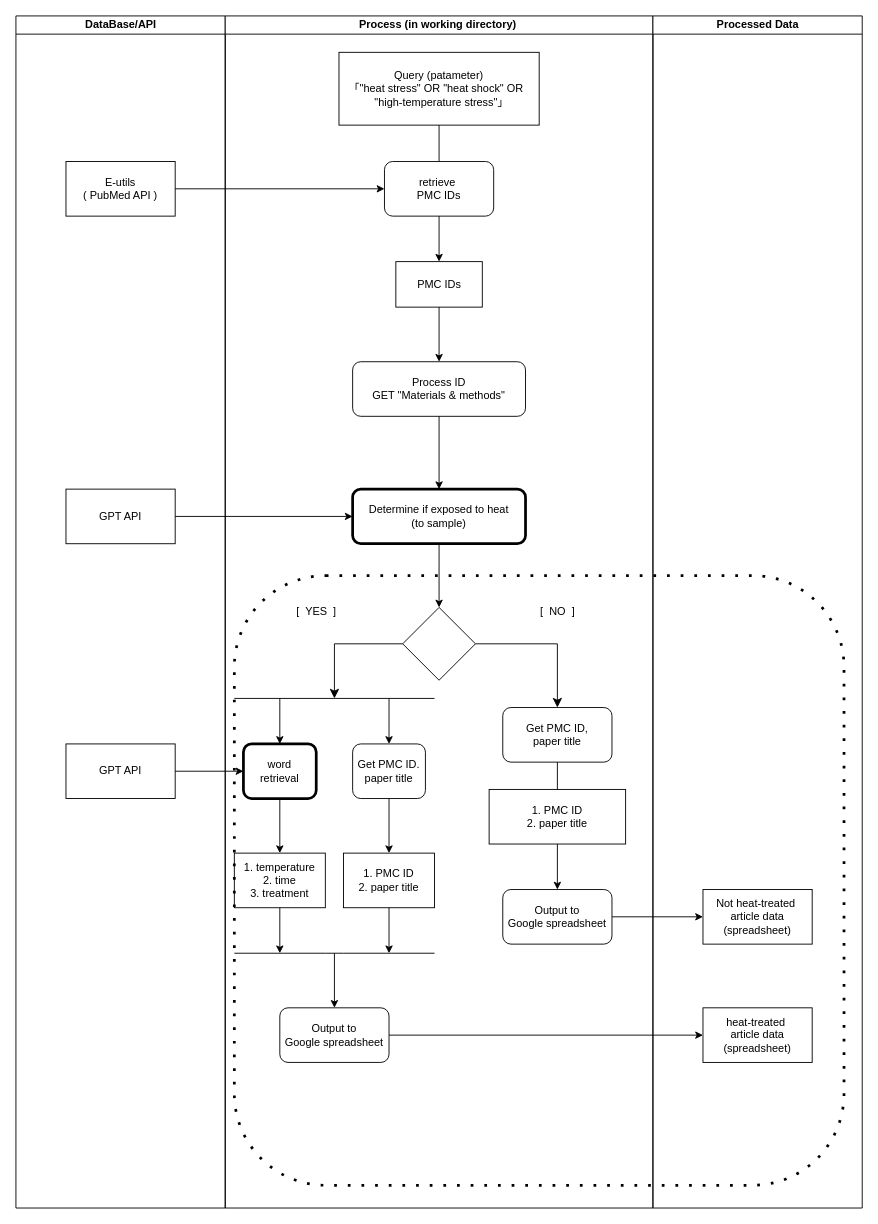
Earlier version of the draw.io diagram documents/230714_yonezawa.drawio (dogrun-inc/research_extract). Source tidied: cells renumbered, new cells numbered last; positions are measured from the earlier drawing's top-left corner, leaving out a move shared by most shapes. Both pictures are drawn from the tidied source at 91%, with x=0, y=0 at pixel (15, 15).
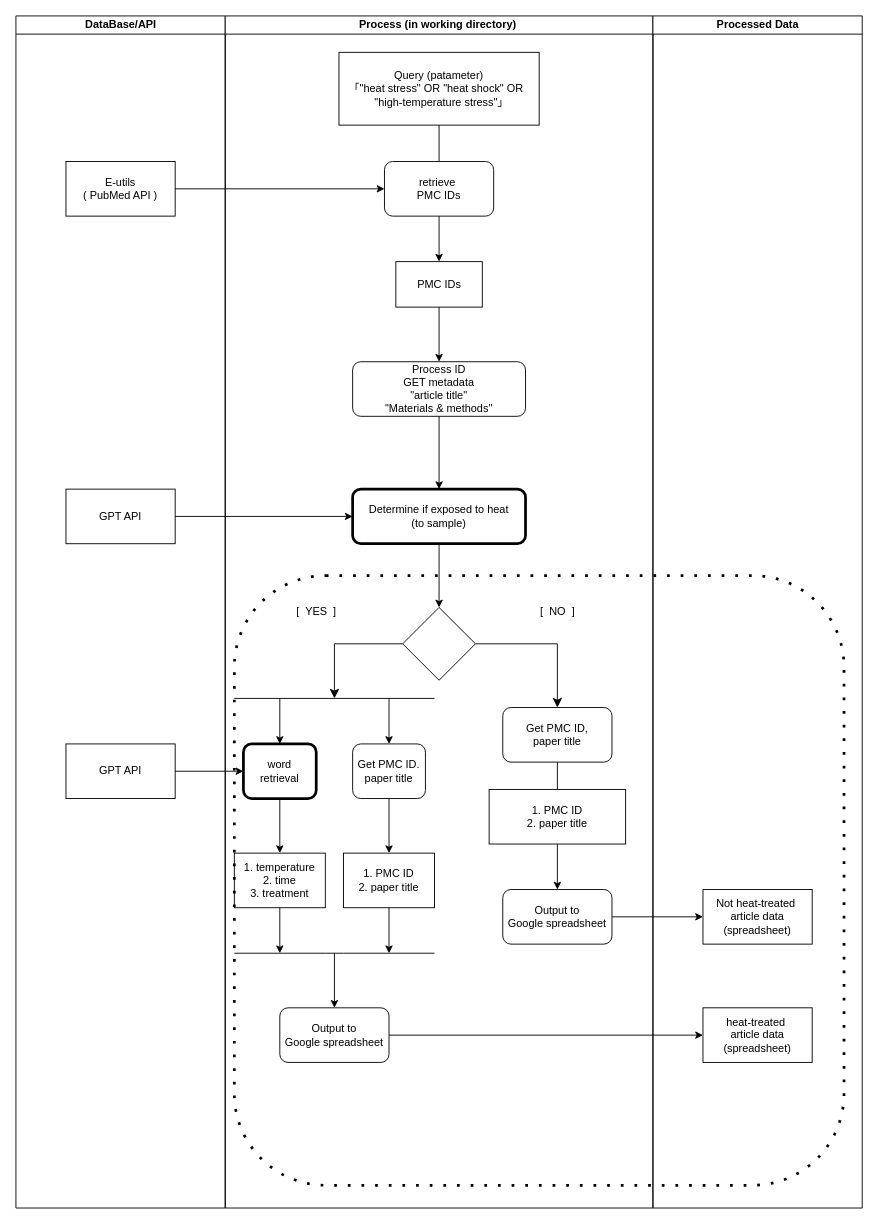
After the change.

Unchanged cells that the change refers to:
```xml
<mxCell id="6" value="Process (in working directory)&amp;nbsp;" style="swimlane;startSize=20;html=1;" parent="1" vertex="1">
  <mxGeometry x="230" width="470" height="1310" as="geometry" />
</mxCell>
```

Change to the diagram source:
```diff
@@
-    <mxCell id="15" value="Process ID&lt;br&gt;GET &quot;Materials &amp;amp; methods&quot;" style="rounded=1;whiteSpace=wrap;html=1;" parent="6" vertex="1">
+    <mxCell id="15" value="Process ID&lt;br&gt;GET metadata&lt;br&gt;&quot;article title&quot;&lt;br&gt;&quot;Materials &amp;amp; methods&quot;" style="rounded=1;whiteSpace=wrap;html=1;" parent="6" vertex="1">
       <mxGeometry x="140" y="380" width="190" height="60" as="geometry" />
     </mxCell>
```
